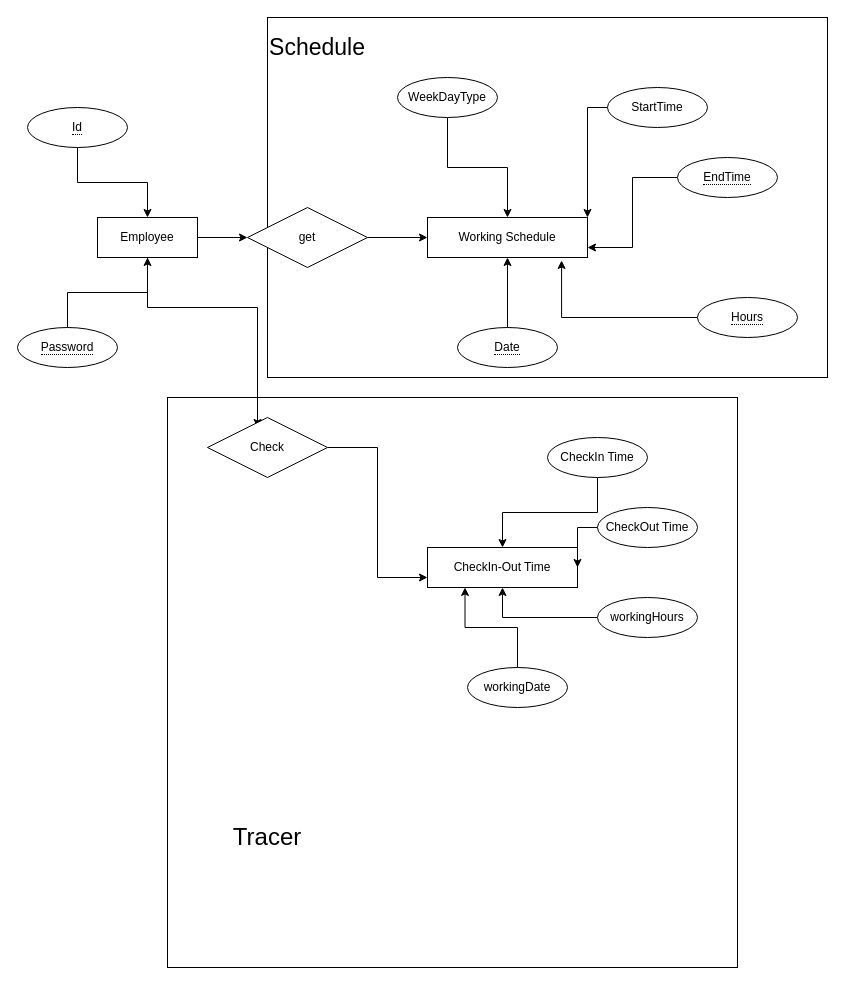
Above: EASV.CS20B.FW.WorkScheduleProject.WebApi/Diagrams/Concept.drawio in WojciechWirowski/EASV.CS20B.FW.WorkScheduleProject (draw.io), before the change. Source tidied: cells renumbered, new cells numbered last; positions are measured from the earlier drawing's top-left corner, leaving out a move shared by most shapes. Both pictures are drawn from the tidied source at 100%, with x=0, y=0 at pixel (17, 17).
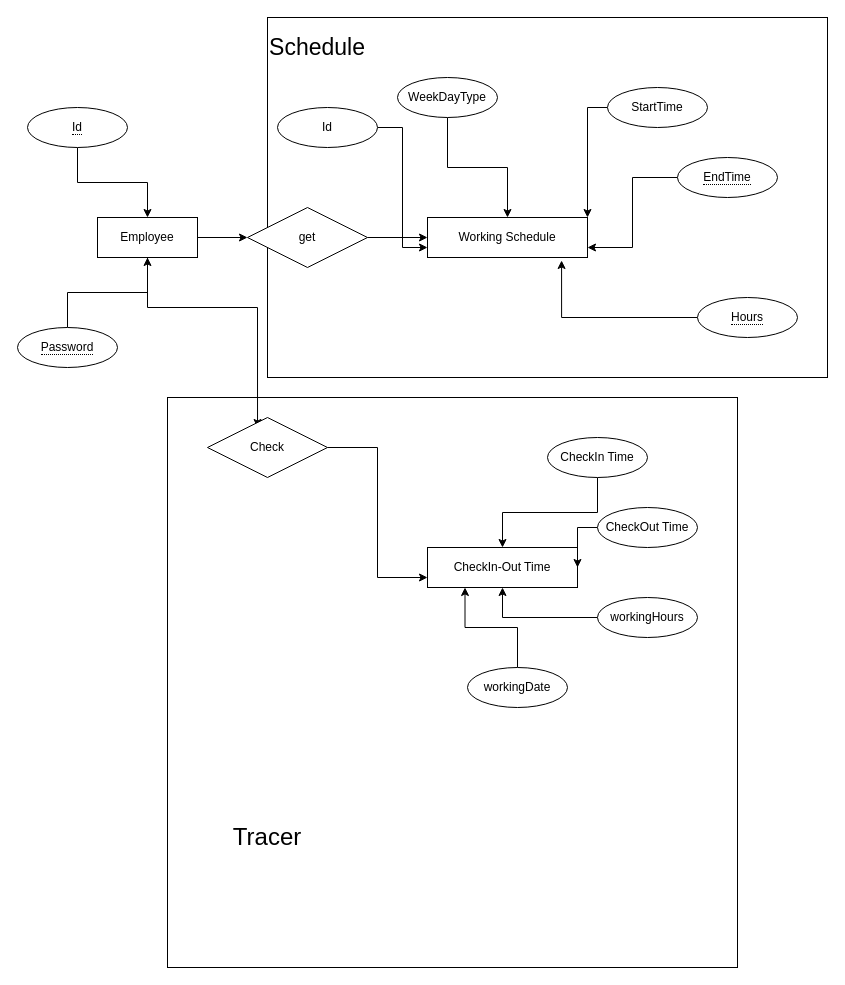
Above is the later version.

Unchanged cells that the change refers to:
```xml
<mxCell id="7" value="Working Schedule" style="whiteSpace=wrap;html=1;align=center;" parent="1" vertex="1">
  <mxGeometry x="410" y="200" width="160" height="40" as="geometry" />
</mxCell>
```

The edit, as a diff of the source:
```diff
@@
-    <mxCell id="23" style="edgeStyle=orthogonalEdgeStyle;rounded=0;jettySize=auto;html=1;" parent="1" edge="1" source="24" target="7">
-      <mxGeometry relative="1" as="geometry" />
-    </mxCell>
-    <mxCell id="24" value="&lt;span style=&quot;border-bottom: 1px dotted&quot;&gt;Date&lt;/span&gt;" style="ellipse;whiteSpace=wrap;html=1;align=center;" parent="1" vertex="1">
-      <mxGeometry x="440" y="310" width="100" height="40" as="geometry" />
-    </mxCell>
@@
+    <mxCell id="37" style="edgeStyle=orthogonalEdgeStyle;rounded=0;jettySize=auto;html=1;entryX=0;entryY=0.75;entryDx=0;entryDy=0;" parent="1" edge="1" source="38" target="7">
+      <mxGeometry relative="1" as="geometry" />
+    </mxCell>
+    <mxCell id="38" value="Id" style="ellipse;whiteSpace=wrap;html=1;align=center;" parent="1" vertex="1">
+      <mxGeometry x="260" y="90" width="100" height="40" as="geometry" />
+    </mxCell>
```
